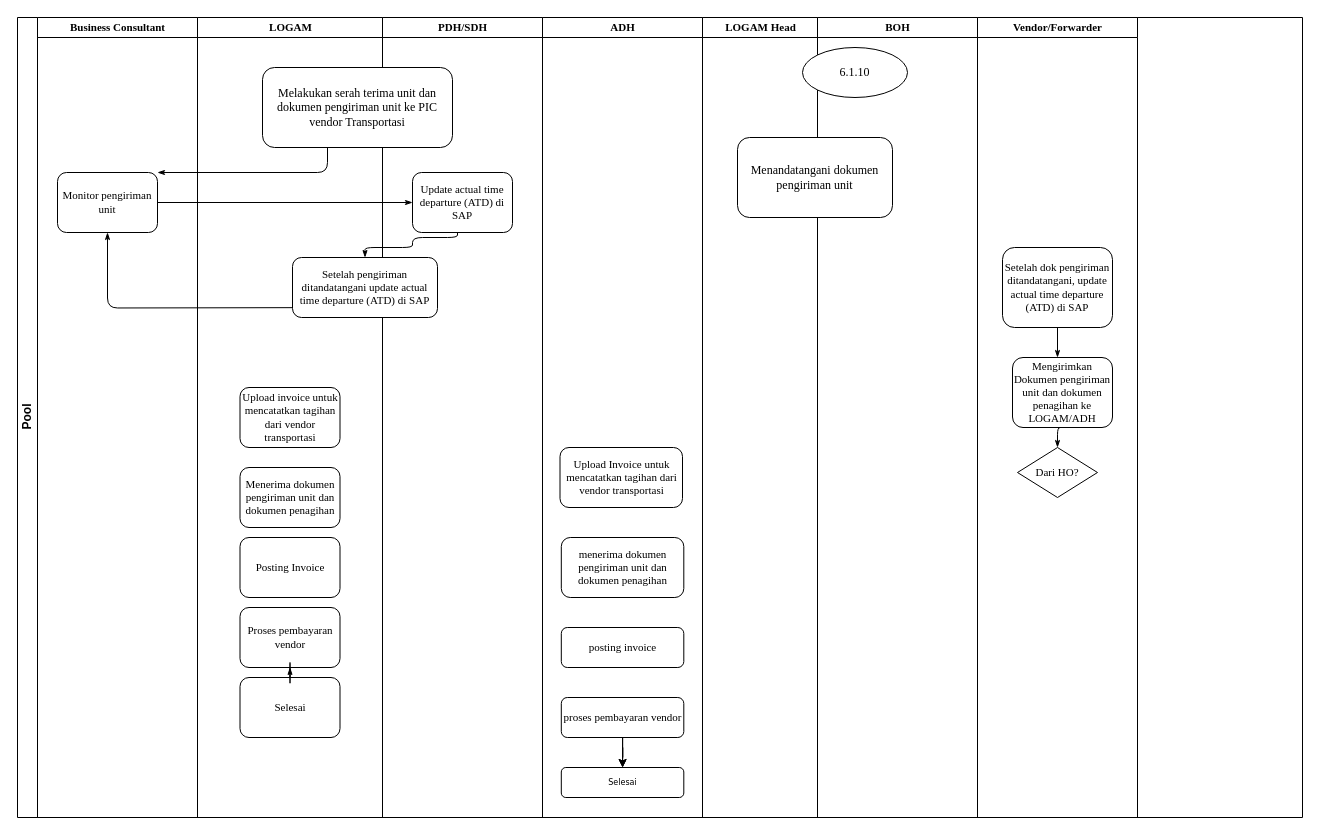
Before: Untitled Diagram.drawio in MiftahRizky/miftahr, a draw.io diagram. Source tidied: cells renumbered, new cells numbered last; positions are measured from the earlier drawing's top-left corner, leaving out a move shared by most shapes. Both pictures are drawn from the tidied source at 100%, with x=0, y=0 at pixel (17, 17).
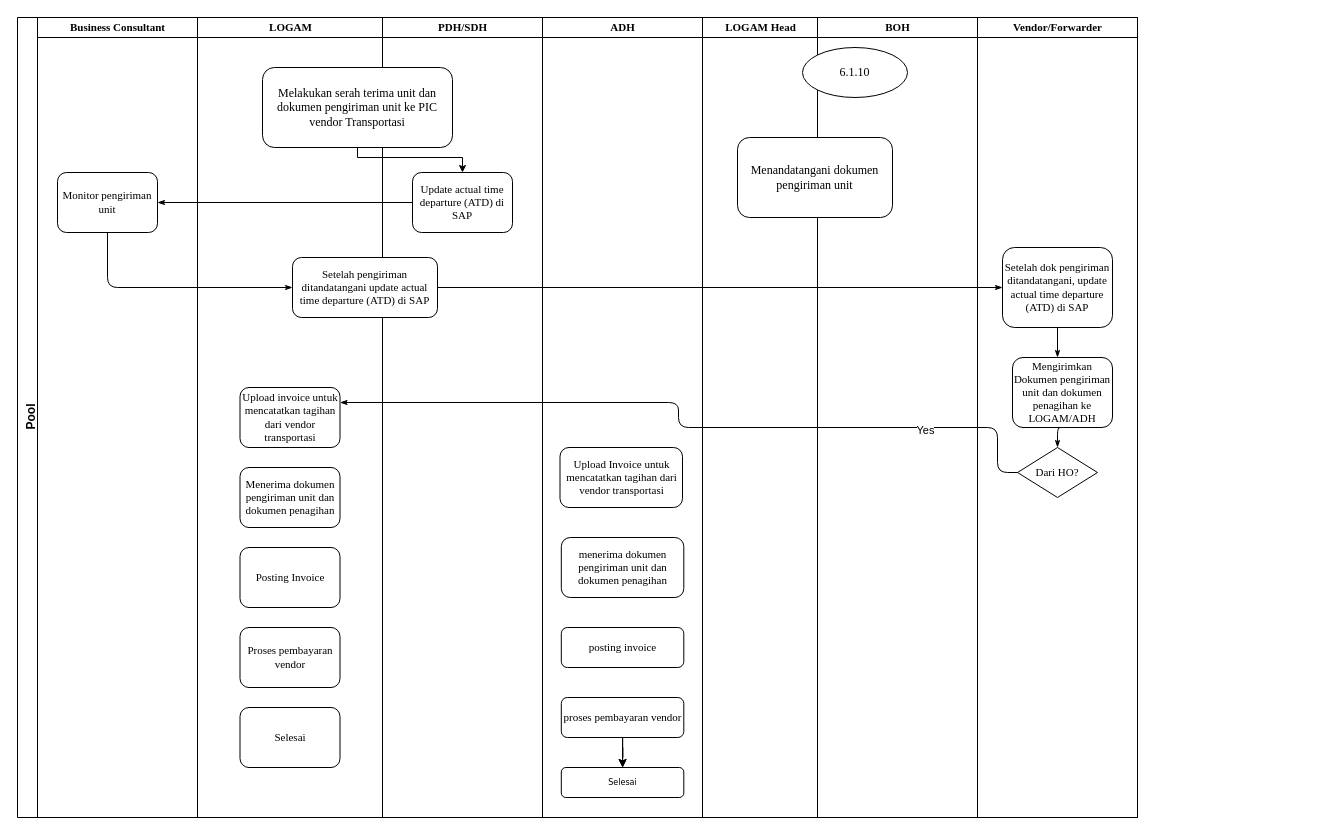
Above is the later version.

Unchanged cells that the change refers to:
```xml
<mxCell id="4" value="&lt;font face=&quot;Times New Roman&quot; style=&quot;font-size: 11px;&quot;&gt;Monitor pengiriman unit&lt;/font&gt;" style="rounded=1;whiteSpace=wrap;html=1;shadow=0;labelBackgroundColor=none;strokeWidth=1;fontFamily=Verdana;fontSize=8;align=center;" parent="3" vertex="1">
  <mxGeometry x="20" y="155" width="100" height="60" as="geometry" />
</mxCell>
<mxCell id="8" value="&lt;font face=&quot;Times New Roman&quot; style=&quot;font-size: 11px;&quot;&gt;LOGAM&lt;/font&gt;" style="swimlane;html=1;startSize=20;" parent="2" vertex="1">
  <mxGeometry x="180" width="185" height="800" as="geometry" />
</mxCell>
<mxCell id="9" value="&lt;font face=&quot;Times New Roman&quot; style=&quot;font-size: 11px;&quot;&gt;Upload invoice untuk mencatatkan tagihan dari vendor transportasi&lt;/font&gt;" style="rounded=1;whiteSpace=wrap;html=1;shadow=0;labelBackgroundColor=none;strokeWidth=1;fontFamily=Verdana;fontSize=8;align=center;" parent="8" vertex="1">
  <mxGeometry x="42.5" y="370" width="100" height="60" as="geometry" />
</mxCell>
<mxCell id="15" value="&lt;font style=&quot;font-size: 11px;&quot; face=&quot;Times New Roman&quot;&gt;PDH/SDH&lt;/font&gt;" style="swimlane;html=1;startSize=20;" parent="2" vertex="1">
  <mxGeometry x="365" width="160" height="800" as="geometry" />
</mxCell>
<mxCell id="16" value="&lt;font style=&quot;font-size: 11px;&quot; face=&quot;Times New Roman&quot;&gt;Update actual time departure (ATD) di SAP&lt;/font&gt;" style="rounded=1;whiteSpace=wrap;html=1;shadow=0;labelBackgroundColor=none;strokeWidth=1;fontFamily=Verdana;fontSize=8;align=center;" parent="15" vertex="1">
  <mxGeometry x="30" y="155" width="100" height="60" as="geometry" />
</mxCell>
<mxCell id="18" value="&lt;font face=&quot;Times New Roman&quot; style=&quot;font-size: 12px;&quot;&gt;Melakukan serah terima unit dan dokumen pengiriman unit ke PIC vendor Transportasi&lt;/font&gt;" style="rounded=1;whiteSpace=wrap;html=1;shadow=0;labelBackgroundColor=none;strokeWidth=1;fontFamily=Verdana;fontSize=8;align=center;" parent="15" vertex="1">
  <mxGeometry x="-120" y="50" width="190" height="80" as="geometry" />
</mxCell>
<mxCell id="19" value="&lt;font style=&quot;font-size: 11px;&quot; face=&quot;Times New Roman&quot;&gt;Setelah pengiriman ditandatangani update actual time departure (ATD) di SAP&lt;/font&gt;" style="rounded=1;whiteSpace=wrap;html=1;shadow=0;labelBackgroundColor=none;strokeWidth=1;fontFamily=Verdana;fontSize=8;align=center;" parent="15" vertex="1">
  <mxGeometry x="-90" y="240" width="145" height="60" as="geometry" />
</mxCell>
<mxCell id="33" value="&lt;font face=&quot;Times New Roman&quot; style=&quot;font-size: 11px;&quot;&gt;Setelah dok pengiriman ditandatangani, update actual time departure (ATD) di SAP&lt;/font&gt;" style="rounded=1;whiteSpace=wrap;html=1;shadow=0;labelBackgroundColor=none;strokeWidth=1;fontFamily=Verdana;fontSize=8;align=center;" parent="32" vertex="1">
  <mxGeometry x="25" y="230" width="110" height="80" as="geometry" />
</mxCell>
<mxCell id="36" value="&lt;font style=&quot;font-size: 11px;&quot; face=&quot;Times New Roman&quot;&gt;Dari HO?&lt;/font&gt;" style="rhombus;whiteSpace=wrap;html=1;" parent="32" vertex="1">
  <mxGeometry x="40" y="430" width="80" height="50" as="geometry" />
</mxCell>
```

What changed in the source:
```diff
@@
-    <mxCell id="2" value="Pool" style="swimlane;html=1;startSize=20;rounded=0;shadow=0;strokeWidth=1;align=center;verticalAlign=middle;horizontal=0;" parent="1" vertex="1">
-      <mxGeometry width="1285" height="800" as="geometry" />
+    <mxCell id="2" value="Pool" style="swimlane;html=1;startSize=20;rounded=0;shadow=0;strokeWidth=1;align=center;verticalAlign=top;horizontal=0;" parent="1" vertex="1">
+      <mxGeometry width="1120" height="800" as="geometry" />
     </mxCell>
@@
-    <mxCell id="5" style="edgeStyle=orthogonalEdgeStyle;rounded=1;html=1;labelBackgroundColor=none;startArrow=none;startFill=0;startSize=5;endArrow=classicThin;endFill=1;endSize=5;jettySize=auto;strokeWidth=1;fontFamily=Verdana;fontSize=8;" parent="2" edge="1" source="18" target="4">
-      <mxGeometry relative="1" as="geometry">
-        <Array as="points">
-          <mxPoint x="310" y="155" />
-          <mxPoint x="70" y="155" />
-        </Array>
-      </mxGeometry>
-    </mxCell>
-    <mxCell id="6" style="edgeStyle=orthogonalEdgeStyle;rounded=1;html=1;labelBackgroundColor=none;startArrow=none;startFill=0;startSize=5;endArrow=classicThin;endFill=1;endSize=5;jettySize=auto;strokeWidth=1;fontFamily=Verdana;fontSize=8;" parent="2" edge="1" source="4" target="16">
-      <mxGeometry relative="1" as="geometry" />
-    </mxCell>
-    <mxCell id="7" style="edgeStyle=orthogonalEdgeStyle;rounded=1;html=1;labelBackgroundColor=none;startArrow=none;startFill=0;startSize=5;endArrow=classicThin;endFill=1;endSize=5;jettySize=auto;strokeWidth=1;fontFamily=Verdana;fontSize=8;" parent="2" edge="1" target="4">
-      <mxGeometry relative="1" as="geometry">
-        <mxPoint x="360" y="290" as="sourcePoint" />
-      </mxGeometry>
-    </mxCell>
@@
     <mxCell id="11" value="&lt;font face=&quot;Times New Roman&quot; style=&quot;font-size: 11px;&quot;&gt;Posting Invoice&lt;/font&gt;" style="rounded=1;whiteSpace=wrap;html=1;shadow=0;labelBackgroundColor=none;strokeWidth=1;fontFamily=Verdana;fontSize=8;align=center;" parent="8" vertex="1">
-      <mxGeometry x="42.5" y="520" width="100" height="60" as="geometry" />
+      <mxGeometry x="42.5" y="530" width="100" height="60" as="geometry" />
     </mxCell>
     <mxCell id="12" value="&lt;font face=&quot;Times New Roman&quot; style=&quot;font-size: 11px;&quot;&gt;Proses pembayaran vendor&lt;/font&gt;" style="rounded=1;whiteSpace=wrap;html=1;shadow=0;labelBackgroundColor=none;strokeWidth=1;fontFamily=Verdana;fontSize=8;align=center;" parent="8" vertex="1">
-      <mxGeometry x="42.5" y="590" width="100" height="60" as="geometry" />
+      <mxGeometry x="42.5" y="610" width="100" height="60" as="geometry" />
     </mxCell>
     <mxCell id="13" value="&lt;font style=&quot;font-size: 11px;&quot; face=&quot;Times New Roman&quot;&gt;Selesai&lt;/font&gt;" style="rounded=1;whiteSpace=wrap;html=1;shadow=0;labelBackgroundColor=none;strokeWidth=1;fontFamily=Verdana;fontSize=8;align=center;" parent="8" vertex="1">
-      <mxGeometry x="42.5" y="660" width="100" height="60" as="geometry" />
+      <mxGeometry x="42.5" y="690" width="100" height="60" as="geometry" />
     </mxCell>
-    <mxCell id="14" style="edgeStyle=orthogonalEdgeStyle;rounded=1;html=1;labelBackgroundColor=none;startArrow=none;startFill=0;startSize=5;endArrow=classicThin;endFill=1;endSize=5;jettySize=auto;strokeColor=#000000;strokeWidth=1;fontFamily=Verdana;fontSize=8;fontColor=#000000;" parent="8" edge="1" source="13" target="12">
-      <mxGeometry relative="1" as="geometry" />
-    </mxCell>
@@
-    <mxCell id="17" style="edgeStyle=orthogonalEdgeStyle;rounded=1;html=1;labelBackgroundColor=none;startArrow=none;startFill=0;startSize=5;endArrow=classicThin;endFill=1;endSize=5;jettySize=auto;strokeWidth=1;fontFamily=Verdana;fontSize=8;entryX=0.5;entryY=0;entryDx=0;entryDy=0;" parent="15" edge="1" target="19">
-      <mxGeometry relative="1" as="geometry">
-        <mxPoint x="75" y="215" as="sourcePoint" />
-        <Array as="points">
-          <mxPoint x="75" y="220" />
-          <mxPoint x="30" y="220" />
-          <mxPoint x="30" y="230" />
-          <mxPoint x="-17" y="230" />
-        </Array>
-      </mxGeometry>
-    </mxCell>
@@
+    <mxCell id="38" style="endArrow=classic;html=1;rounded=0;exitX=0.5;exitY=1;exitDx=0;exitDy=0;entryX=0.5;entryY=0;entryDx=0;entryDy=0;fontSize=8;endSize=5;startSize=5;" parent="15" edge="1" source="18" target="16">
+      <mxGeometry relative="1" as="geometry">
+        <Array as="points">
+          <mxPoint x="-25" y="140" />
+          <mxPoint x="80" y="140" />
+        </Array>
+      </mxGeometry>
+    </mxCell>
@@
+    <mxCell id="39" style="edgeStyle=orthogonalEdgeStyle;rounded=1;html=1;labelBackgroundColor=none;startArrow=none;startFill=0;startSize=5;endArrow=classicThin;endFill=1;endSize=5;jettySize=auto;strokeWidth=1;fontFamily=Verdana;fontSize=8;entryX=0;entryY=0.5;entryDx=0;entryDy=0;exitX=1;exitY=0.5;exitDx=0;exitDy=0;" parent="2" edge="1" source="19" target="33">
+      <mxGeometry relative="1" as="geometry" />
+    </mxCell>
+    <mxCell id="40" style="edgeStyle=orthogonalEdgeStyle;rounded=1;html=1;labelBackgroundColor=none;startArrow=none;startFill=0;startSize=5;endArrow=classicThin;endFill=1;endSize=5;jettySize=auto;strokeWidth=1;fontFamily=Verdana;fontSize=8;entryX=1;entryY=0.25;entryDx=0;entryDy=0;exitX=0;exitY=0.5;exitDx=0;exitDy=0;" parent="2" edge="1" source="36" target="9">
+      <mxGeometry relative="1" as="geometry">
+        <Array as="points">
+          <mxPoint x="980" y="455" />
+          <mxPoint x="980" y="410" />
+          <mxPoint x="661" y="410" />
+          <mxPoint x="661" y="385" />
+        </Array>
+      </mxGeometry>
+    </mxCell>
+    <mxCell id="41" value="Yes" style="edgeLabel;html=1;align=center;verticalAlign=middle;" parent="40" vertex="1">
+      <mxGeometry x="-0.63" y="2" relative="1" as="geometry" />
+    </mxCell>
+    <mxCell id="7" style="edgeStyle=orthogonalEdgeStyle;rounded=1;html=1;labelBackgroundColor=none;startArrow=none;startFill=0;startSize=5;endArrow=classicThin;endFill=1;endSize=5;jettySize=auto;strokeWidth=1;fontFamily=Verdana;fontSize=8;entryX=0;entryY=0.5;entryDx=0;entryDy=0;exitX=0.5;exitY=1;exitDx=0;exitDy=0;" parent="2" edge="1" source="4" target="19">
+      <mxGeometry relative="1" as="geometry" />
+    </mxCell>
+    <mxCell id="6" style="edgeStyle=orthogonalEdgeStyle;rounded=1;html=1;labelBackgroundColor=none;startArrow=none;startFill=0;startSize=5;endArrow=classicThin;endFill=1;endSize=5;jettySize=auto;strokeWidth=1;fontFamily=Verdana;fontSize=8;" parent="2" edge="1" source="16" target="4">
+      <mxGeometry relative="1" as="geometry" />
+    </mxCell>
```
